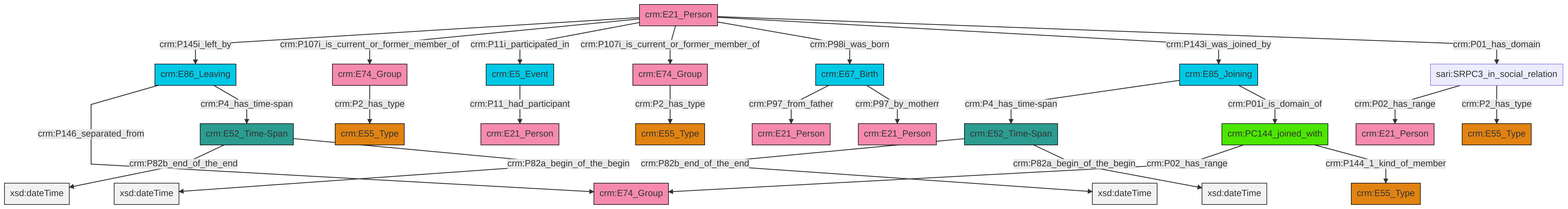
Earlier version of the Mermaid export et/personCSV/ttl/mmd/png/Person_Actor_Relations.png (swiss-art-research-net/reference-data-models). Its source is kept beside it as et/personCSV/ttl/mmd/Person_Actor_Relations.ttl.mmd.
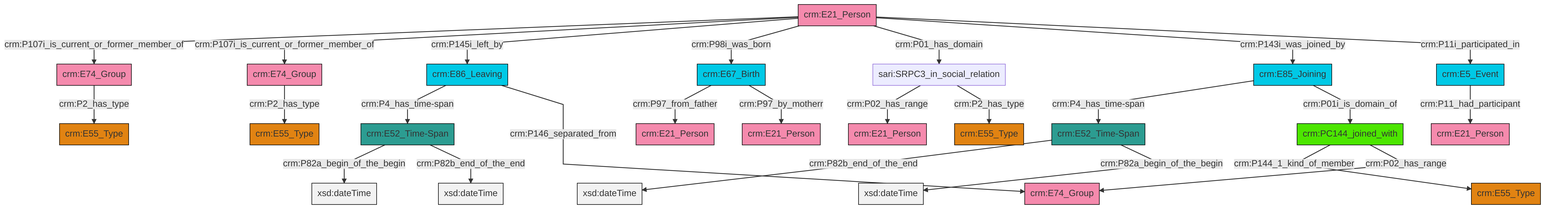
The same diagram one commit later.

Diff of the diagram source:
```diff
@@ -13,27 +13,27 @@
 classDef PC_Classes fill:#4ce600, stroke:#000000;
 classDef Multi fill:#cccccc,stroke:#000000;
 
-2["crm:E21_Person"]:::Actor -->|crm:P145i_left_by| 3["crm:E86_Leaving"]:::Temporal_Entity
-2["crm:E21_Person"]:::Actor -->|crm:P107i_is_current_or_former_member_of| 4["crm:E74_Group"]:::Actor
-11["sari:SRPC3_in_social_relation"]:::Default -->|crm:P02_has_range| 0["crm:E21_Person"]:::Actor
-3["crm:E86_Leaving"]:::Temporal_Entity -->|crm:P146_separated_from| 12["crm:E74_Group"]:::Actor
-11["sari:SRPC3_in_social_relation"]:::Default -->|crm:P2_has_type| 13["crm:E55_Type"]:::Type
-14["crm:PC144_joined_with"]:::PC_Classes -->|crm:P02_has_range| 12["crm:E74_Group"]:::Actor
-18["crm:E52_Time-Span"]:::Time-Span -->|crm:P82b_end_of_the_end| 19[xsd:dateTime]:::Literal
-18["crm:E52_Time-Span"]:::Time-Span -->|crm:P82a_begin_of_the_begin| 26[xsd:dateTime]:::Literal
-30["crm:E52_Time-Span"]:::Time-Span -->|crm:P82b_end_of_the_end| 31[xsd:dateTime]:::Literal
-27["crm:E85_Joining"]:::Temporal_Entity -->|crm:P4_has_time-span| 18["crm:E52_Time-Span"]:::Time-Span
-27["crm:E85_Joining"]:::Temporal_Entity -->|crm:P01i_is_domain_of| 14["crm:PC144_joined_with"]:::PC_Classes
-30["crm:E52_Time-Span"]:::Time-Span -->|crm:P82a_begin_of_the_begin| 34[xsd:dateTime]:::Literal
-2["crm:E21_Person"]:::Actor -->|crm:P11i_participated_in| 16["crm:E5_Event"]:::Temporal_Entity
-16["crm:E5_Event"]:::Temporal_Entity -->|crm:P11_had_participant| 35["crm:E21_Person"]:::Actor
-14["crm:PC144_joined_with"]:::PC_Classes -->|crm:P144_1_kind_of_member| 24["crm:E55_Type"]:::Type
-4["crm:E74_Group"]:::Actor -->|crm:P2_has_type| 22["crm:E55_Type"]:::Type
-32["crm:E74_Group"]:::Actor -->|crm:P2_has_type| 9["crm:E55_Type"]:::Type
-6["crm:E67_Birth"]:::Temporal_Entity -->|crm:P97_from_father| 40["crm:E21_Person"]:::Actor
-3["crm:E86_Leaving"]:::Temporal_Entity -->|crm:P4_has_time-span| 30["crm:E52_Time-Span"]:::Time-Span
-2["crm:E21_Person"]:::Actor -->|crm:P107i_is_current_or_former_member_of| 32["crm:E74_Group"]:::Actor
-2["crm:E21_Person"]:::Actor -->|crm:P98i_was_born| 6["crm:E67_Birth"]:::Temporal_Entity
-2["crm:E21_Person"]:::Actor -->|crm:P143i_was_joined_by| 27["crm:E85_Joining"]:::Temporal_Entity
-2["crm:E21_Person"]:::Actor -->|crm:P01_has_domain| 11["sari:SRPC3_in_social_relation"]:::Default
-6["crm:E67_Birth"]:::Temporal_Entity -->|crm:P97_by_motherr| 20["crm:E21_Person"]:::Actor
+4["crm:E67_Birth"]:::Temporal_Entity -->|crm:P97_from_father| 5["crm:E21_Person"]:::Actor
+6["crm:E21_Person"]:::Actor -->|crm:P107i_is_current_or_former_member_of| 0["crm:E74_Group"]:::Actor
+6["crm:E21_Person"]:::Actor -->|crm:P107i_is_current_or_former_member_of| 9["crm:E74_Group"]:::Actor
+10["crm:E52_Time-Span"]:::Time-Span -->|crm:P82b_end_of_the_end| 11[xsd:dateTime]:::Literal
+12["crm:PC144_joined_with"]:::PC_Classes -->|crm:P144_1_kind_of_member| 13["crm:E55_Type"]:::Type
+14["crm:E52_Time-Span"]:::Time-Span -->|crm:P82a_begin_of_the_begin| 15[xsd:dateTime]:::Literal
+20["crm:E86_Leaving"]:::Temporal_Entity -->|crm:P4_has_time-span| 14["crm:E52_Time-Span"]:::Time-Span
+6["crm:E21_Person"]:::Actor -->|crm:P145i_left_by| 20["crm:E86_Leaving"]:::Temporal_Entity
+24["crm:E85_Joining"]:::Temporal_Entity -->|crm:P4_has_time-span| 10["crm:E52_Time-Span"]:::Time-Span
+18["crm:E5_Event"]:::Temporal_Entity -->|crm:P11_had_participant| 28["crm:E21_Person"]:::Actor
+10["crm:E52_Time-Span"]:::Time-Span -->|crm:P82a_begin_of_the_begin| 29[xsd:dateTime]:::Literal
+4["crm:E67_Birth"]:::Temporal_Entity -->|crm:P97_by_motherr| 2["crm:E21_Person"]:::Actor
+9["crm:E74_Group"]:::Actor -->|crm:P2_has_type| 32["crm:E55_Type"]:::Type
+12["crm:PC144_joined_with"]:::PC_Classes -->|crm:P02_has_range| 34["crm:E74_Group"]:::Actor
+6["crm:E21_Person"]:::Actor -->|crm:P98i_was_born| 4["crm:E67_Birth"]:::Temporal_Entity
+6["crm:E21_Person"]:::Actor -->|crm:P01_has_domain| 7["sari:SRPC3_in_social_relation"]:::Default
+6["crm:E21_Person"]:::Actor -->|crm:P143i_was_joined_by| 24["crm:E85_Joining"]:::Temporal_Entity
+20["crm:E86_Leaving"]:::Temporal_Entity -->|crm:P146_separated_from| 34["crm:E74_Group"]:::Actor
+14["crm:E52_Time-Span"]:::Time-Span -->|crm:P82b_end_of_the_end| 36[xsd:dateTime]:::Literal
+6["crm:E21_Person"]:::Actor -->|crm:P11i_participated_in| 18["crm:E5_Event"]:::Temporal_Entity
+7["sari:SRPC3_in_social_relation"]:::Default -->|crm:P02_has_range| 25["crm:E21_Person"]:::Actor
+0["crm:E74_Group"]:::Actor -->|crm:P2_has_type| 16["crm:E55_Type"]:::Type
+7["sari:SRPC3_in_social_relation"]:::Default -->|crm:P2_has_type| 37["crm:E55_Type"]:::Type
+24["crm:E85_Joining"]:::Temporal_Entity -->|crm:P01i_is_domain_of| 12["crm:PC144_joined_with"]:::PC_Classes
```
